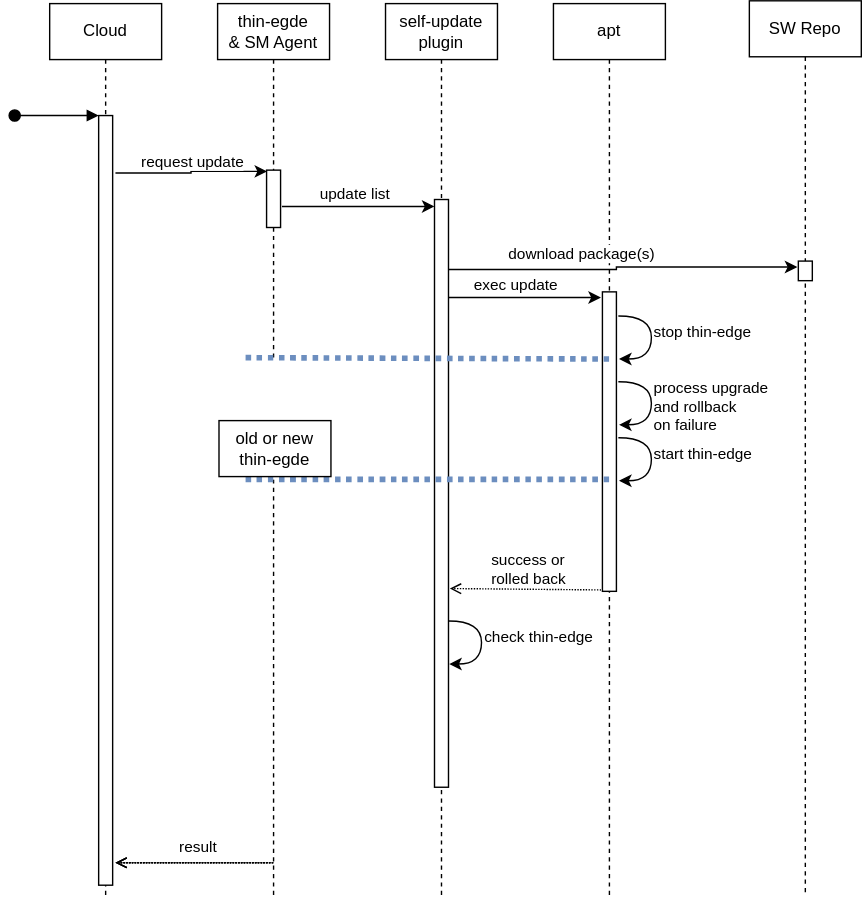
Earlier version of the draw.io export src/self-update/images/self-update.drawio.svg (thin-edge/thin-edge.io-specs). Source tidied: cells renumbered, new cells last; positions are measured from the earlier drawing's top-left corner, leaving out a move shared by most shapes. Its diagram source:
```xml
<mxGraphModel>
  <root>
    <mxCell id="0" />
    <mxCell id="1" parent="0" />
    <mxCell id="2" value="Cloud" style="shape=umlLifeline;perimeter=lifelinePerimeter;whiteSpace=wrap;html=1;" parent="1" vertex="1">
      <mxGeometry x="25" y="2" width="80" height="640" as="geometry" />
    </mxCell>
    <mxCell id="3" style="html=1;points=[];perimeter=orthogonalPerimeter;" parent="2" vertex="1">
      <mxGeometry x="35" y="80" width="10" height="550" as="geometry" />
    </mxCell>
    <mxCell id="4" style="html=1;verticalAlign=bottom;startArrow=oval;endArrow=block;startSize=8;rounded=0;" parent="2" edge="1" target="3">
      <mxGeometry relative="1" as="geometry">
        <mxPoint x="-25" y="80" as="sourcePoint" />
      </mxGeometry>
    </mxCell>
    <mxCell id="5" value="thin-egde&lt;br&gt;&amp;amp; SM Agent" style="shape=umlLifeline;perimeter=lifelinePerimeter;whiteSpace=wrap;html=1;outlineConnect=0;" parent="1" vertex="1">
      <mxGeometry x="145" y="2" width="80" height="640" as="geometry" />
    </mxCell>
    <mxCell id="6" style="html=1;points=[];perimeter=orthogonalPerimeter;" parent="5" vertex="1">
      <mxGeometry x="35" y="119" width="10" height="41" as="geometry" />
    </mxCell>
    <mxCell id="7" value="update list" style="edgeStyle=orthogonalEdgeStyle;rounded=0;orthogonalLoop=1;jettySize=auto;html=1;entryX=0.012;entryY=0.176;entryDx=0;entryDy=0;entryPerimeter=0;verticalAlign=bottom;" parent="5" edge="1">
      <mxGeometry x="-0.04" relative="1" as="geometry">
        <mxPoint x="46" y="145" as="sourcePoint" />
        <mxPoint x="155" y="145" as="targetPoint" />
        <Array as="points">
          <mxPoint x="55" y="145" />
        </Array>
      </mxGeometry>
    </mxCell>
    <mxCell id="8" style="rounded=0;whiteSpace=wrap;html=1;fontSize=11;strokeColor=none;" parent="5" vertex="1">
      <mxGeometry x="20" y="253" width="50" height="87" as="geometry" />
    </mxCell>
    <mxCell id="9" value="self-update&lt;br&gt;plugin" style="shape=umlLifeline;perimeter=lifelinePerimeter;whiteSpace=wrap;html=1;" parent="1" vertex="1">
      <mxGeometry x="265" y="2" width="80" height="640" as="geometry" />
    </mxCell>
    <mxCell id="10" style="html=1;perimeter=orthogonalPerimeter;" parent="9" vertex="1">
      <mxGeometry x="35" y="140" width="10" height="420" as="geometry" />
    </mxCell>
    <mxCell id="11" style="edgeStyle=orthogonalEdgeStyle;curved=1;rounded=0;orthogonalLoop=1;jettySize=auto;html=1;fontSize=11;endArrow=classic;endFill=1;strokeColor=#000000;exitX=1.138;exitY=0.735;exitDx=0;exitDy=0;exitPerimeter=0;entryX=1.186;entryY=0.902;entryDx=0;entryDy=0;entryPerimeter=0;labelBackgroundColor=none;" parent="9" edge="1">
      <mxGeometry x="0.09" y="60" relative="1" as="geometry">
        <mxPoint x="45" y="441.2" as="sourcePoint" />
        <mxPoint x="45.5" y="472" as="targetPoint" />
        <Array as="points">
          <mxPoint x="68.6" y="441" />
          <mxPoint x="68.6" y="472" />
        </Array>
      </mxGeometry>
    </mxCell>
    <mxCell id="12" value="check thin-edge" style="text;whiteSpace=wrap;html=1;fontSize=11;" parent="9" vertex="1">
      <mxGeometry x="68.6" y="440" width="130" height="40" as="geometry" />
    </mxCell>
    <mxCell id="13" value="apt" style="shape=umlLifeline;perimeter=lifelinePerimeter;whiteSpace=wrap;html=1;" parent="1" vertex="1">
      <mxGeometry x="385" y="2" width="80" height="640" as="geometry" />
    </mxCell>
    <mxCell id="14" style="edgeStyle=orthogonalEdgeStyle;rounded=0;jettySize=auto;html=1;entryX=-0.069;entryY=0.303;entryDx=0;entryDy=0;entryPerimeter=0;" parent="13" edge="1" target="22">
      <mxGeometry relative="1" as="geometry">
        <mxPoint x="-75" y="190" as="sourcePoint" />
        <Array as="points">
          <mxPoint x="45" y="189" />
        </Array>
      </mxGeometry>
    </mxCell>
    <mxCell id="15" value="download package(s)" style="edgeLabel;html=1;align=center;verticalAlign=middle;" parent="14" vertex="1">
      <mxGeometry x="0.28" relative="1" as="geometry">
        <mxPoint x="-65" y="-10" as="offset" />
      </mxGeometry>
    </mxCell>
    <mxCell id="16" style="edgeStyle=orthogonalEdgeStyle;curved=1;rounded=0;orthogonalLoop=1;jettySize=auto;html=1;fontSize=11;endArrow=classic;endFill=1;strokeColor=#000000;exitX=1.138;exitY=0.735;exitDx=0;exitDy=0;exitPerimeter=0;entryX=1.186;entryY=0.902;entryDx=0;entryDy=0;entryPerimeter=0;labelBackgroundColor=none;" parent="13" edge="1">
      <mxGeometry x="0.09" y="60" relative="1" as="geometry">
        <mxPoint x="46.4" y="270.2" as="sourcePoint" />
        <mxPoint x="46.9" y="301" as="targetPoint" />
        <Array as="points">
          <mxPoint x="70" y="270" />
          <mxPoint x="70" y="301" />
        </Array>
      </mxGeometry>
    </mxCell>
    <mxCell id="17" style="html=1;points=[];perimeter=orthogonalPerimeter;" parent="13" vertex="1">
      <mxGeometry x="35" y="206" width="10" height="214" as="geometry" />
    </mxCell>
    <mxCell id="18" value="success or&lt;br&gt;rolled back" style="text;whiteSpace=wrap;html=1;fontSize=11;" parent="13" vertex="1">
      <mxGeometry x="-46" y="385" width="60" height="30" as="geometry" />
    </mxCell>
    <mxCell id="19" style="edgeStyle=orthogonalEdgeStyle;rounded=0;jettySize=auto;html=1;entryX=0.044;entryY=0.022;entryDx=0;entryDy=0;entryPerimeter=0;" parent="1" edge="1" target="6">
      <mxGeometry relative="1" as="geometry">
        <mxPoint x="72" y="123" as="sourcePoint" />
        <Array as="points">
          <mxPoint x="126" y="123" />
          <mxPoint x="180" y="122" />
        </Array>
      </mxGeometry>
    </mxCell>
    <mxCell id="20" value="request update" style="edgeLabel;html=1;align=center;verticalAlign=bottom;" parent="19" vertex="1">
      <mxGeometry x="-0.3" y="-1" relative="1" as="geometry">
        <mxPoint x="16" y="-1" as="offset" />
      </mxGeometry>
    </mxCell>
    <mxCell id="21" value="SW Repo" style="shape=umlLifeline;perimeter=lifelinePerimeter;whiteSpace=wrap;html=1;" parent="1" vertex="1">
      <mxGeometry x="525" width="80" height="640" as="geometry" />
    </mxCell>
    <mxCell id="22" style="html=1;points=[];perimeter=orthogonalPerimeter;" parent="21" vertex="1">
      <mxGeometry x="35" y="186" width="10" height="14" as="geometry" />
    </mxCell>
    <mxCell id="23" value="exec update" style="edgeStyle=orthogonalEdgeStyle;rounded=0;jettySize=auto;html=1;verticalAlign=bottom;entryX=-0.107;entryY=0.019;entryDx=0;entryDy=0;entryPerimeter=0;" parent="1" edge="1" target="17">
      <mxGeometry x="-0.11" relative="1" as="geometry">
        <mxPoint x="310" y="212" as="sourcePoint" />
      </mxGeometry>
    </mxCell>
    <mxCell id="24" value="process upgrade&lt;br&gt;and rollback &lt;br&gt;on failure" style="text;whiteSpace=wrap;html=1;fontSize=11;" parent="1" vertex="1">
      <mxGeometry x="455" y="264" width="90" height="48" as="geometry" />
    </mxCell>
    <mxCell id="25" style="edgeStyle=orthogonalEdgeStyle;curved=1;rounded=0;orthogonalLoop=1;jettySize=auto;html=1;fontSize=11;endArrow=classic;endFill=1;strokeColor=#000000;exitX=1.138;exitY=0.735;exitDx=0;exitDy=0;exitPerimeter=0;entryX=1.186;entryY=0.902;entryDx=0;entryDy=0;entryPerimeter=0;labelBackgroundColor=none;" parent="1" edge="1">
      <mxGeometry x="0.09" y="60" relative="1" as="geometry">
        <mxPoint x="431.4" y="225.2" as="sourcePoint" />
        <mxPoint x="431.9" y="256" as="targetPoint" />
        <Array as="points">
          <mxPoint x="455" y="225" />
          <mxPoint x="455" y="256" />
        </Array>
      </mxGeometry>
    </mxCell>
    <mxCell id="26" value="stop thin-edge" style="text;whiteSpace=wrap;html=1;fontSize=11;" parent="1" vertex="1">
      <mxGeometry x="455" y="224" width="130" height="40" as="geometry" />
    </mxCell>
    <mxCell id="27" style="edgeStyle=orthogonalEdgeStyle;curved=1;rounded=0;orthogonalLoop=1;jettySize=auto;html=1;fontSize=11;endArrow=classic;endFill=1;strokeColor=#000000;exitX=1.138;exitY=0.735;exitDx=0;exitDy=0;exitPerimeter=0;entryX=1.186;entryY=0.902;entryDx=0;entryDy=0;entryPerimeter=0;labelBackgroundColor=none;" parent="1" edge="1">
      <mxGeometry x="0.09" y="60" relative="1" as="geometry">
        <mxPoint x="431.4" y="312.2" as="sourcePoint" />
        <mxPoint x="431.9" y="343" as="targetPoint" />
        <Array as="points">
          <mxPoint x="455" y="312" />
          <mxPoint x="455" y="343" />
        </Array>
      </mxGeometry>
    </mxCell>
    <mxCell id="28" value="start thin-edge" style="text;whiteSpace=wrap;html=1;fontSize=11;" parent="1" vertex="1">
      <mxGeometry x="455" y="311" width="130" height="40" as="geometry" />
    </mxCell>
    <mxCell id="29" style="endArrow=none;html=1;rounded=0;labelBackgroundColor=none;fontSize=11;strokeColor=#6c8ebf;curved=1;dashed=1;dashPattern=1 1;strokeWidth=4;fillColor=#dae8fc;gradientColor=#7ea6e0;exitX=0;exitY=1;exitDx=0;exitDy=0;" parent="1" edge="1" source="8">
      <mxGeometry relative="1" as="geometry">
        <mxPoint x="424.8" y="342" as="targetPoint" />
      </mxGeometry>
    </mxCell>
    <mxCell id="30" style="endArrow=none;html=1;rounded=0;labelBackgroundColor=none;fontSize=11;strokeColor=#6c8ebf;curved=1;dashed=1;dashPattern=1 1;strokeWidth=4;fillColor=#dae8fc;gradientColor=#7ea6e0;exitX=0;exitY=0;exitDx=0;exitDy=0;" parent="1" edge="1" source="8">
      <mxGeometry relative="1" as="geometry">
        <mxPoint x="424.8" y="256" as="targetPoint" />
      </mxGeometry>
    </mxCell>
    <mxCell id="31" style="endArrow=open;html=1;rounded=0;dashed=1;dashPattern=1 1;labelBackgroundColor=none;fontSize=11;strokeColor=#000000;strokeWidth=1;curved=1;endFill=0;verticalAlign=bottom;" parent="1" edge="1">
      <mxGeometry relative="1" as="geometry">
        <mxPoint x="419" y="421" as="sourcePoint" />
        <mxPoint x="311" y="420" as="targetPoint" />
      </mxGeometry>
    </mxCell>
    <mxCell id="32" value="result" style="text;whiteSpace=wrap;html=1;fontSize=11;" parent="1" vertex="1">
      <mxGeometry x="116" y="592" width="60" height="20" as="geometry" />
    </mxCell>
    <mxCell id="33" style="endArrow=open;html=1;rounded=0;dashed=1;dashPattern=1 1;labelBackgroundColor=none;fontSize=11;strokeColor=#000000;strokeWidth=1;curved=1;endFill=0;verticalAlign=bottom;" parent="1" edge="1" source="5">
      <mxGeometry relative="1" as="geometry">
        <mxPoint x="72" y="616" as="targetPoint" />
      </mxGeometry>
    </mxCell>
    <mxCell id="34" value="old or new thin-egde" style="shape=umlLifeline;perimeter=lifelinePerimeter;whiteSpace=wrap;html=1;" parent="1" vertex="1">
      <mxGeometry x="146" y="300" width="80" height="40" as="geometry" />
    </mxCell>
    <mxCell id="35" style="endArrow=open;html=1;rounded=0;dashed=1;dashPattern=1 1;labelBackgroundColor=none;fontSize=11;strokeColor=#000000;strokeWidth=1;curved=1;endFill=0;verticalAlign=bottom;" parent="1" edge="1">
      <mxGeometry relative="1" as="geometry">
        <mxPoint x="185" y="616" as="sourcePoint" />
        <mxPoint x="72" y="616" as="targetPoint" />
      </mxGeometry>
    </mxCell>
    <mxCell id="36" style="endArrow=open;html=1;rounded=0;dashed=1;dashPattern=1 1;labelBackgroundColor=none;fontSize=11;strokeColor=#000000;strokeWidth=1;curved=1;endFill=0;verticalAlign=bottom;" parent="1" edge="1" source="5">
      <mxGeometry relative="1" as="geometry">
        <mxPoint x="72" y="616" as="targetPoint" />
      </mxGeometry>
    </mxCell>
  </root>
</mxGraphModel>
```
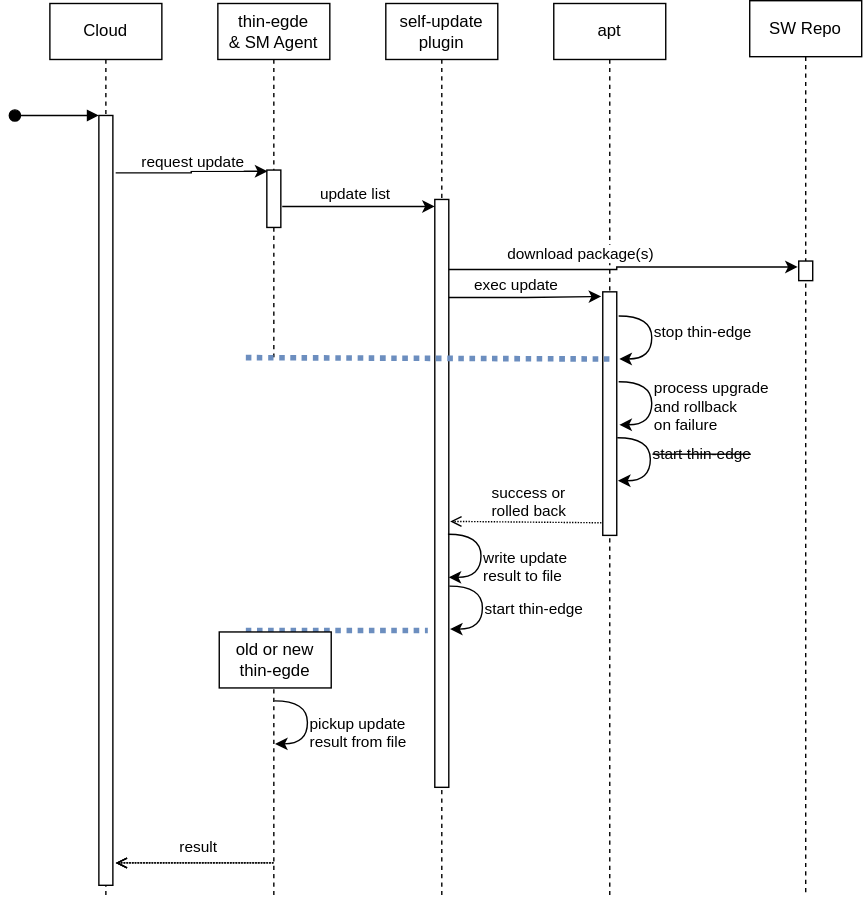
After the change.

Commit message:
corrected self-update result handling

The edit, as a diff of the source:
```diff
@@ -29,7 +29,7 @@
       </mxGeometry>
     </mxCell>
     <mxCell id="8" style="rounded=0;whiteSpace=wrap;html=1;fontSize=11;strokeColor=none;" parent="5" vertex="1">
-      <mxGeometry x="20" y="253" width="50" height="87" as="geometry" />
+      <mxGeometry x="20" y="253" width="50" height="197" as="geometry" />
     </mxCell>
     <mxCell id="9" value="self-update&lt;br&gt;plugin" style="shape=umlLifeline;perimeter=lifelinePerimeter;whiteSpace=wrap;html=1;" parent="1" vertex="1">
       <mxGeometry x="265" y="2" width="80" height="640" as="geometry" />
@@ -37,19 +37,6 @@
     <mxCell id="10" style="html=1;perimeter=orthogonalPerimeter;" parent="9" vertex="1">
       <mxGeometry x="35" y="140" width="10" height="420" as="geometry" />
     </mxCell>
-    <mxCell id="11" style="edgeStyle=orthogonalEdgeStyle;curved=1;rounded=0;orthogonalLoop=1;jettySize=auto;html=1;fontSize=11;endArrow=classic;endFill=1;strokeColor=#000000;exitX=1.138;exitY=0.735;exitDx=0;exitDy=0;exitPerimeter=0;entryX=1.186;entryY=0.902;entryDx=0;entryDy=0;entryPerimeter=0;labelBackgroundColor=none;" parent="9" edge="1">
-      <mxGeometry x="0.09" y="60" relative="1" as="geometry">
-        <mxPoint x="45" y="441.2" as="sourcePoint" />
-        <mxPoint x="45.5" y="472" as="targetPoint" />
-        <Array as="points">
-          <mxPoint x="68.6" y="441" />
-          <mxPoint x="68.6" y="472" />
-        </Array>
-      </mxGeometry>
-    </mxCell>
-    <mxCell id="12" value="check thin-edge" style="text;whiteSpace=wrap;html=1;fontSize=11;" parent="9" vertex="1">
-      <mxGeometry x="68.6" y="440" width="130" height="40" as="geometry" />
-    </mxCell>
     <mxCell id="13" value="apt" style="shape=umlLifeline;perimeter=lifelinePerimeter;whiteSpace=wrap;html=1;" parent="1" vertex="1">
       <mxGeometry x="385" y="2" width="80" height="640" as="geometry" />
     </mxCell>
@@ -77,10 +64,10 @@
       </mxGeometry>
     </mxCell>
     <mxCell id="17" style="html=1;points=[];perimeter=orthogonalPerimeter;" parent="13" vertex="1">
-      <mxGeometry x="35" y="206" width="10" height="214" as="geometry" />
+      <mxGeometry x="35" y="206" width="10" height="174" as="geometry" />
     </mxCell>
     <mxCell id="18" value="success or&lt;br&gt;rolled back" style="text;whiteSpace=wrap;html=1;fontSize=11;" parent="13" vertex="1">
-      <mxGeometry x="-46" y="385" width="60" height="30" as="geometry" />
+      <mxGeometry x="-46" y="337" width="60" height="30" as="geometry" />
     </mxCell>
     <mxCell id="19" style="edgeStyle=orthogonalEdgeStyle;rounded=0;jettySize=auto;html=1;entryX=0.044;entryY=0.022;entryDx=0;entryDy=0;entryPerimeter=0;" parent="1" edge="1" target="6">
       <mxGeometry relative="1" as="geometry">
@@ -125,20 +112,21 @@
     </mxCell>
     <mxCell id="27" style="edgeStyle=orthogonalEdgeStyle;curved=1;rounded=0;orthogonalLoop=1;jettySize=auto;html=1;fontSize=11;endArrow=classic;endFill=1;strokeColor=#000000;exitX=1.138;exitY=0.735;exitDx=0;exitDy=0;exitPerimeter=0;entryX=1.186;entryY=0.902;entryDx=0;entryDy=0;entryPerimeter=0;labelBackgroundColor=none;" parent="1" edge="1">
       <mxGeometry x="0.09" y="60" relative="1" as="geometry">
-        <mxPoint x="431.4" y="312.2" as="sourcePoint" />
-        <mxPoint x="431.9" y="343" as="targetPoint" />
+        <mxPoint x="430.4" y="312.2" as="sourcePoint" />
+        <mxPoint x="430.9" y="343" as="targetPoint" />
         <Array as="points">
-          <mxPoint x="455" y="312" />
-          <mxPoint x="455" y="343" />
+          <mxPoint x="454" y="312" />
+          <mxPoint x="454" y="343" />
         </Array>
       </mxGeometry>
     </mxCell>
-    <mxCell id="28" value="start thin-edge" style="text;whiteSpace=wrap;html=1;fontSize=11;" parent="1" vertex="1">
-      <mxGeometry x="455" y="311" width="130" height="40" as="geometry" />
+    <mxCell id="28" value="&lt;strike&gt;start thin-edge&lt;/strike&gt;" style="text;whiteSpace=wrap;html=1;fontSize=11;" parent="1" vertex="1">
+      <mxGeometry x="454" y="311" width="130" height="40" as="geometry" />
     </mxCell>
-    <mxCell id="29" style="endArrow=none;html=1;rounded=0;labelBackgroundColor=none;fontSize=11;strokeColor=#6c8ebf;curved=1;dashed=1;dashPattern=1 1;strokeWidth=4;fillColor=#dae8fc;gradientColor=#7ea6e0;exitX=0;exitY=1;exitDx=0;exitDy=0;" parent="1" edge="1" source="8">
+    <mxCell id="29" style="endArrow=none;html=1;rounded=0;labelBackgroundColor=none;fontSize=11;strokeColor=#6c8ebf;curved=1;dashed=1;dashPattern=1 1;strokeWidth=4;fillColor=#dae8fc;gradientColor=#7ea6e0;exitX=0;exitY=1;exitDx=0;exitDy=0;" parent="1" edge="1">
       <mxGeometry relative="1" as="geometry">
-        <mxPoint x="424.8" y="342" as="targetPoint" />
+        <mxPoint x="165" y="450" as="sourcePoint" />
+        <mxPoint x="295" y="450" as="targetPoint" />
       </mxGeometry>
     </mxCell>
     <mxCell id="30" style="endArrow=none;html=1;rounded=0;labelBackgroundColor=none;fontSize=11;strokeColor=#6c8ebf;curved=1;dashed=1;dashPattern=1 1;strokeWidth=4;fillColor=#dae8fc;gradientColor=#7ea6e0;exitX=0;exitY=0;exitDx=0;exitDy=0;" parent="1" edge="1" source="8">
@@ -148,8 +136,8 @@
     </mxCell>
     <mxCell id="31" style="endArrow=open;html=1;rounded=0;dashed=1;dashPattern=1 1;labelBackgroundColor=none;fontSize=11;strokeColor=#000000;strokeWidth=1;curved=1;endFill=0;verticalAlign=bottom;" parent="1" edge="1">
       <mxGeometry relative="1" as="geometry">
-        <mxPoint x="419" y="421" as="sourcePoint" />
-        <mxPoint x="311" y="420" as="targetPoint" />
+        <mxPoint x="419" y="373" as="sourcePoint" />
+        <mxPoint x="311" y="372" as="targetPoint" />
       </mxGeometry>
     </mxCell>
     <mxCell id="32" value="result" style="text;whiteSpace=wrap;html=1;fontSize=11;" parent="1" vertex="1">
@@ -161,7 +149,7 @@
       </mxGeometry>
     </mxCell>
     <mxCell id="34" value="old or new thin-egde" style="shape=umlLifeline;perimeter=lifelinePerimeter;whiteSpace=wrap;html=1;" parent="1" vertex="1">
-      <mxGeometry x="146" y="300" width="80" height="40" as="geometry" />
+      <mxGeometry x="146" y="451" width="80" height="40" as="geometry" />
     </mxCell>
     <mxCell id="35" style="endArrow=open;html=1;rounded=0;dashed=1;dashPattern=1 1;labelBackgroundColor=none;fontSize=11;strokeColor=#000000;strokeWidth=1;curved=1;endFill=0;verticalAlign=bottom;" parent="1" edge="1">
       <mxGeometry relative="1" as="geometry">
@@ -174,5 +162,44 @@
         <mxPoint x="72" y="616" as="targetPoint" />
       </mxGeometry>
     </mxCell>
+    <mxCell id="37" style="edgeStyle=orthogonalEdgeStyle;curved=1;rounded=0;orthogonalLoop=1;jettySize=auto;html=1;fontSize=11;endArrow=classic;endFill=1;strokeColor=#000000;exitX=1.138;exitY=0.735;exitDx=0;exitDy=0;exitPerimeter=0;entryX=1.186;entryY=0.902;entryDx=0;entryDy=0;entryPerimeter=0;labelBackgroundColor=none;" parent="1" edge="1">
+      <mxGeometry x="0.09" y="60" relative="1" as="geometry">
+        <mxPoint x="310.4" y="418.2" as="sourcePoint" />
+        <mxPoint x="310.9" y="449" as="targetPoint" />
+        <Array as="points">
+          <mxPoint x="334" y="418" />
+          <mxPoint x="334" y="449" />
+        </Array>
+      </mxGeometry>
+    </mxCell>
+    <mxCell id="38" value="start thin-edge" style="text;whiteSpace=wrap;html=1;fontSize=11;" parent="1" vertex="1">
+      <mxGeometry x="334" y="422" width="130" height="40" as="geometry" />
+    </mxCell>
+    <mxCell id="39" style="edgeStyle=orthogonalEdgeStyle;curved=1;rounded=0;orthogonalLoop=1;jettySize=auto;html=1;fontSize=11;endArrow=classic;endFill=1;strokeColor=#000000;exitX=1.138;exitY=0.735;exitDx=0;exitDy=0;exitPerimeter=0;entryX=1.186;entryY=0.902;entryDx=0;entryDy=0;entryPerimeter=0;labelBackgroundColor=none;" parent="1" edge="1">
+      <mxGeometry x="0.09" y="60" relative="1" as="geometry">
+        <mxPoint x="309.4" y="381.2" as="sourcePoint" />
+        <mxPoint x="309.9" y="412" as="targetPoint" />
+        <Array as="points">
+          <mxPoint x="333" y="381" />
+          <mxPoint x="333" y="412" />
+        </Array>
+      </mxGeometry>
+    </mxCell>
+    <mxCell id="40" value="write update&lt;br&gt;result to file" style="text;whiteSpace=wrap;html=1;fontSize=11;" parent="1" vertex="1">
+      <mxGeometry x="333" y="385" width="130" height="40" as="geometry" />
+    </mxCell>
+    <mxCell id="41" style="edgeStyle=orthogonalEdgeStyle;curved=1;rounded=0;orthogonalLoop=1;jettySize=auto;html=1;fontSize=11;endArrow=classic;endFill=1;strokeColor=#000000;exitX=1.138;exitY=0.735;exitDx=0;exitDy=0;exitPerimeter=0;entryX=1.186;entryY=0.902;entryDx=0;entryDy=0;entryPerimeter=0;labelBackgroundColor=none;" parent="1" edge="1">
+      <mxGeometry x="0.09" y="60" relative="1" as="geometry">
+        <mxPoint x="185.4" y="500.2" as="sourcePoint" />
+        <mxPoint x="185.9" y="531" as="targetPoint" />
+        <Array as="points">
+          <mxPoint x="209" y="500" />
+          <mxPoint x="209" y="531" />
+        </Array>
+      </mxGeometry>
+    </mxCell>
+    <mxCell id="42" value="pickup update&lt;br&gt;result from file" style="text;whiteSpace=wrap;html=1;fontSize=11;" parent="1" vertex="1">
+      <mxGeometry x="209" y="504" width="130" height="40" as="geometry" />
+    </mxCell>
   </root>
 </mxGraphModel>
```
